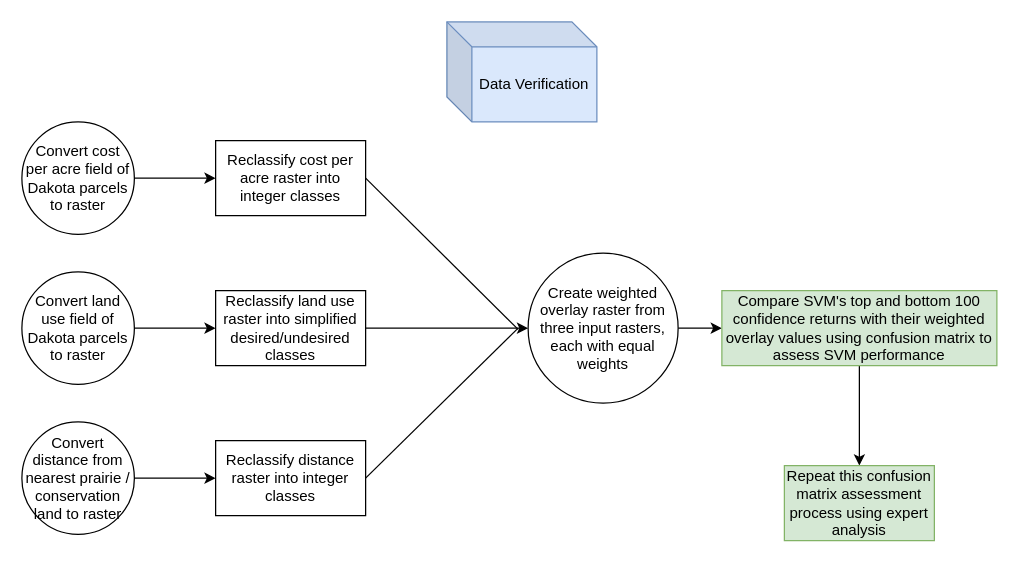
This is page "Page-4" (4 of 4) of lab04/FinalProject.drawio from lsageser1/GIS5571, a draw.io file, before an edit. Source tidied: cells renumbered, new cells numbered last; positions are measured from the earlier drawing's top-left corner, leaving out a move shared by most shapes. Both pictures are drawn from the tidied source at 125%, with x=0, y=0 at pixel (21, 21).
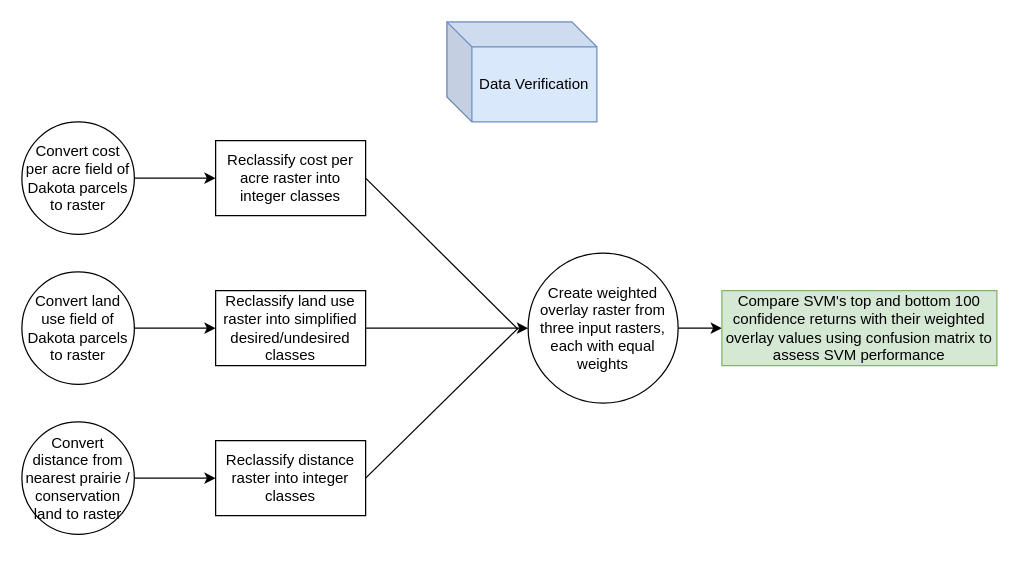
Above is the later version.

Unchanged cells that the change refers to:
```xml
<mxCell id="16" value="Compare SVM's top and bottom 100 confidence returns with their weighted overlay values using confusion matrix to assess SVM performance" style="whiteSpace=wrap;html=1;fillColor=#d5e8d4;strokeColor=#82b366;" parent="1" vertex="1">
  <mxGeometry x="560" y="215" width="220" height="60" as="geometry" />
</mxCell>
```

Diff of the diagram source:
```diff
@@
-    <mxCell id="15" style="edgeStyle=orthogonalEdgeStyle;rounded=0;jettySize=auto;html=1;" parent="1" edge="1" source="16" target="17">
-      <mxGeometry relative="1" as="geometry" />
-    </mxCell>
@@
-    <mxCell id="17" value="Repeat this confusion matrix assessment process using expert analysis" style="whiteSpace=wrap;html=1;fillColor=#d5e8d4;strokeColor=#82b366;" parent="1" vertex="1">
-      <mxGeometry x="610" y="355" width="120" height="60" as="geometry" />
-    </mxCell>
```
